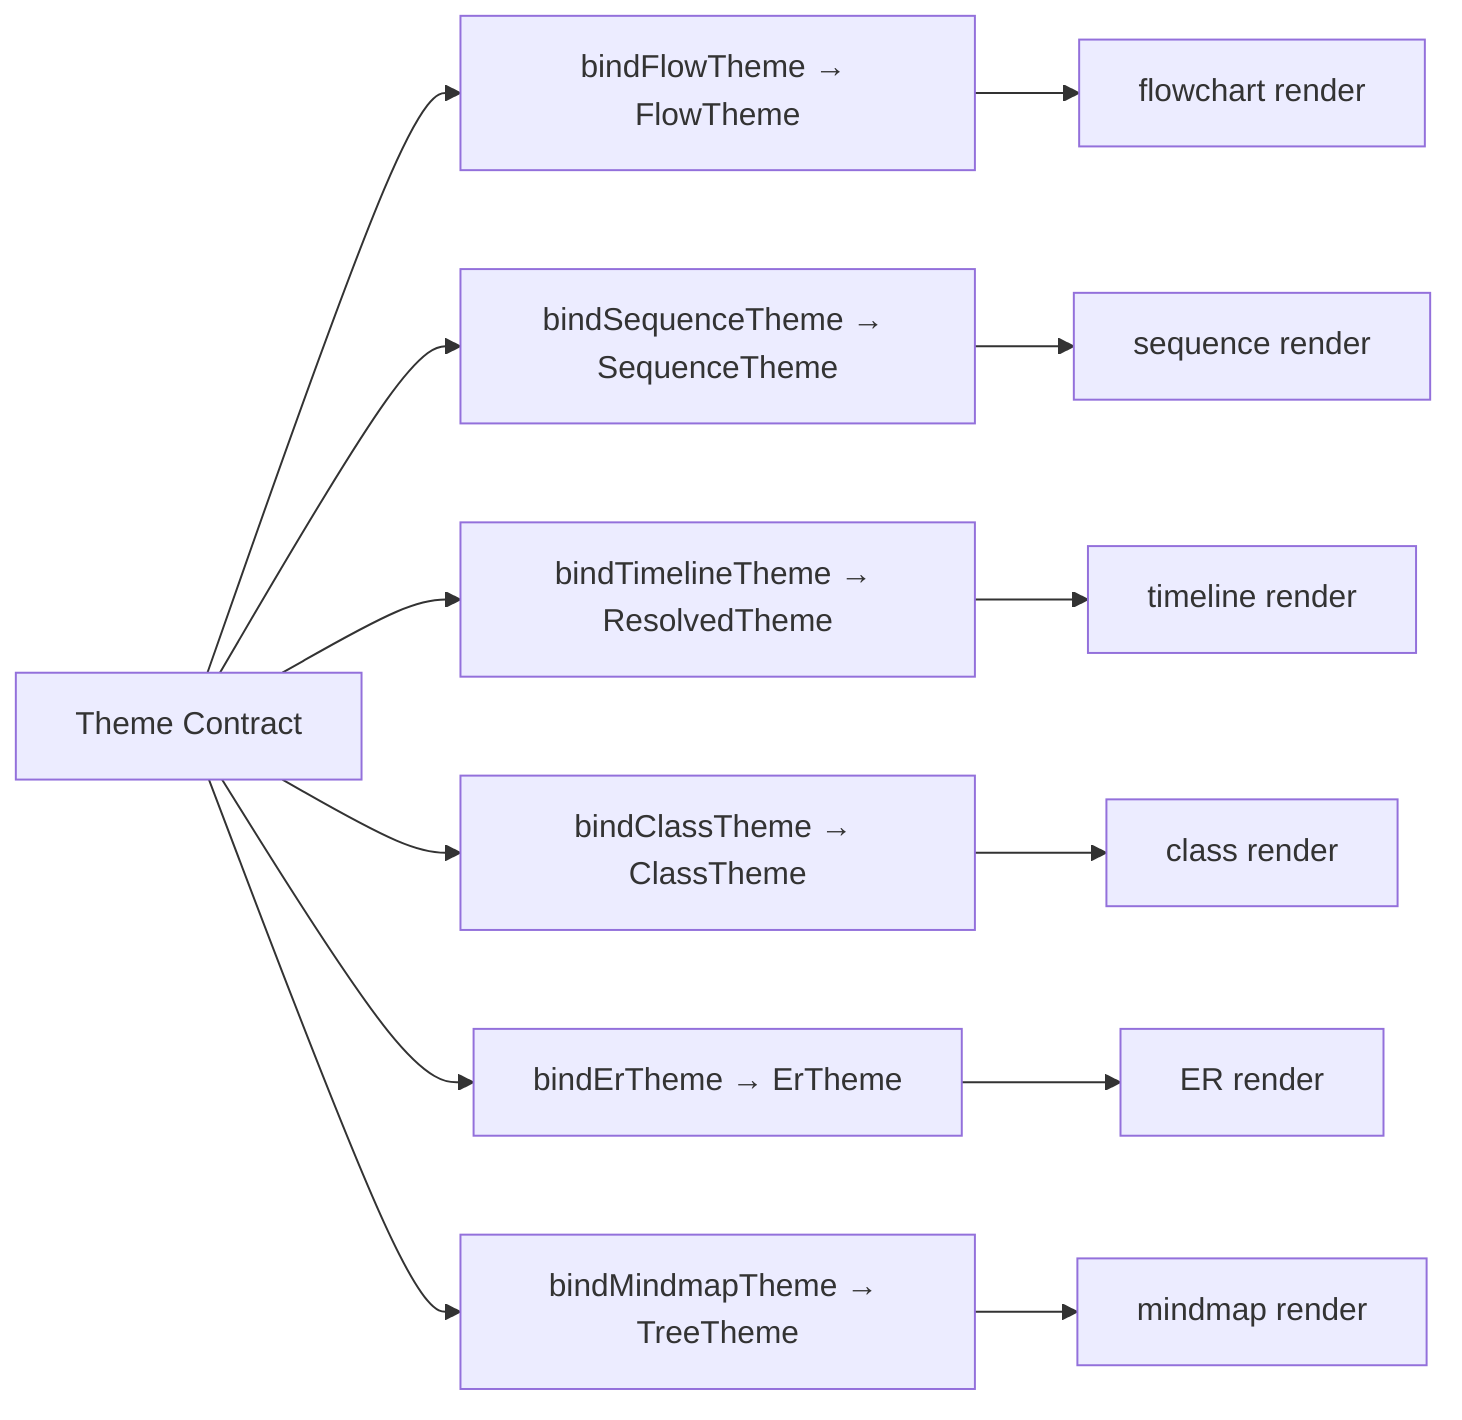
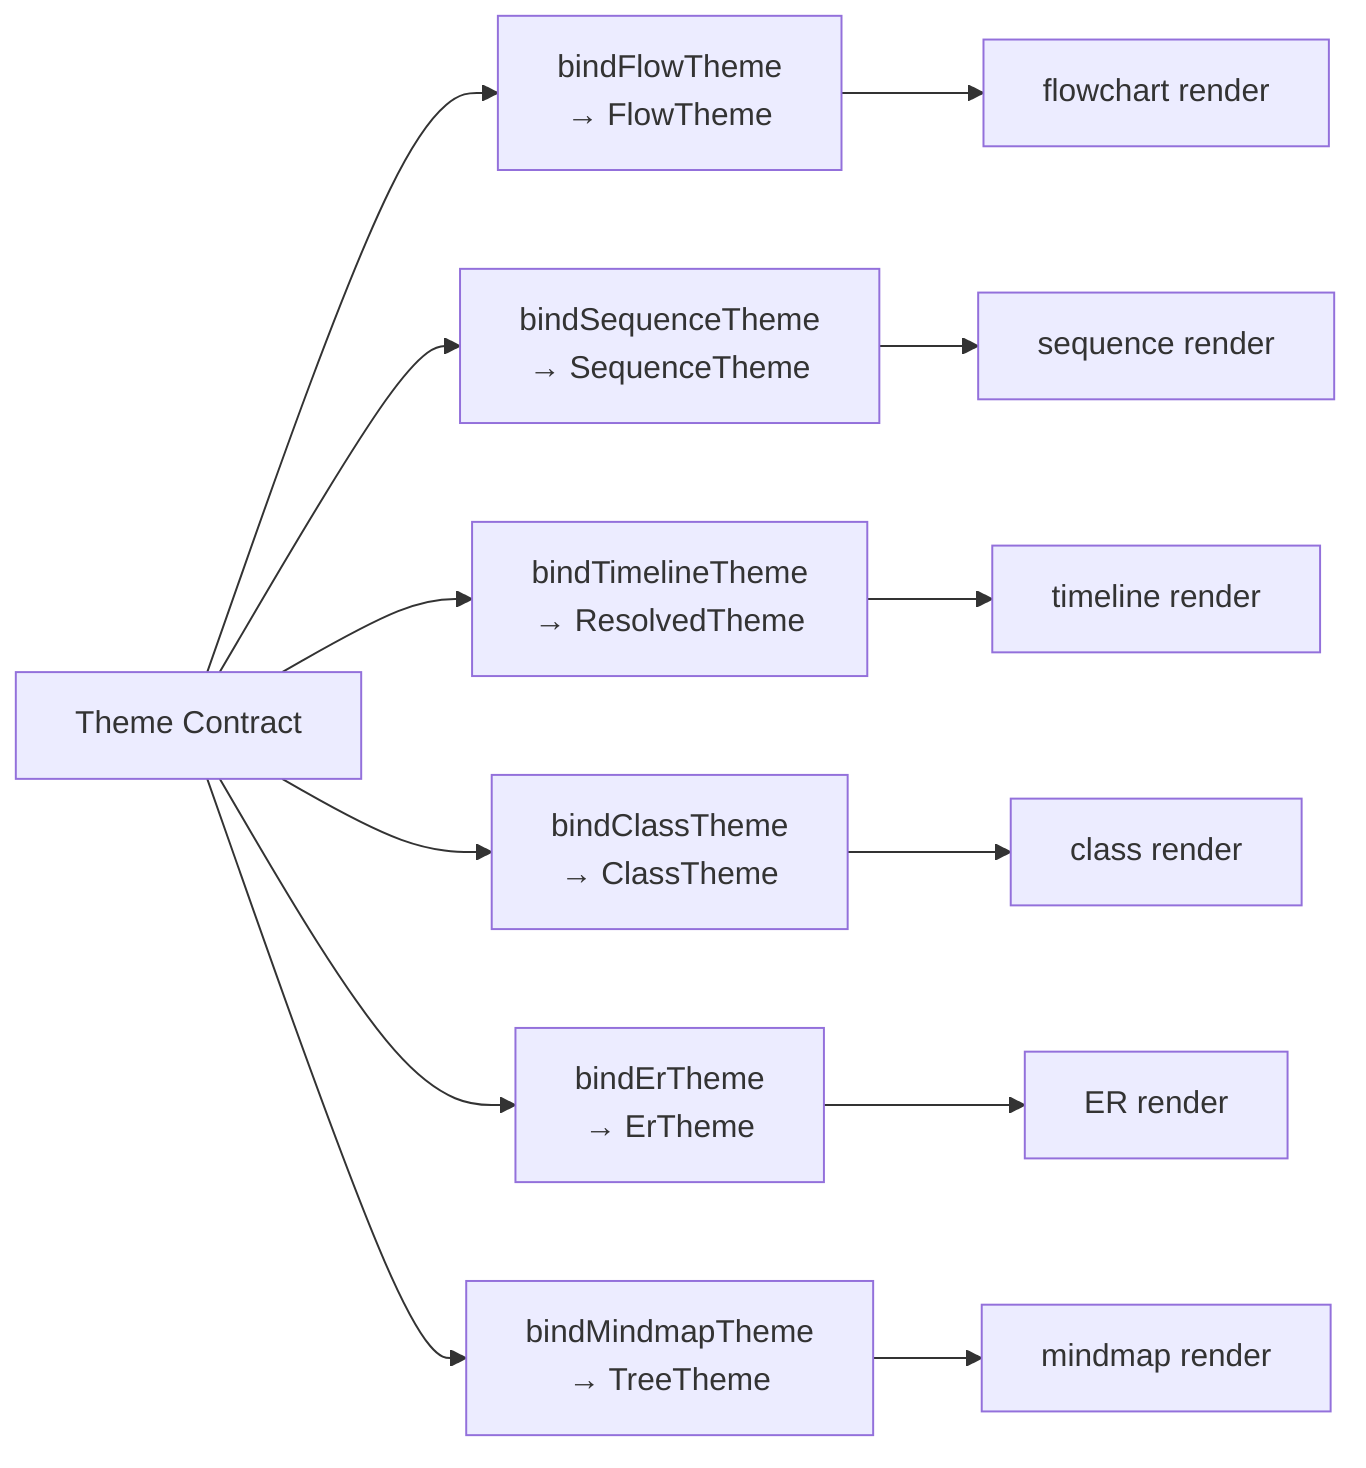
---
theme: executive
---
flowchart LR
    TC["Theme Contract"]

-     TC --> BF["bindFlowTheme → FlowTheme"]
-     TC --> BS["bindSequenceTheme → SequenceTheme"]
-     TC --> BT["bindTimelineTheme → ResolvedTheme"]
-     TC --> BC["bindClassTheme → ClassTheme"]
-     TC --> BE["bindErTheme → ErTheme"]
-     TC --> BM["bindMindmapTheme → TreeTheme"]
+     TC --> BF["bindFlowTheme<br>→ FlowTheme"]
+     TC --> BS["bindSequenceTheme<br>→ SequenceTheme"]
+     TC --> BT["bindTimelineTheme<br>→ ResolvedTheme"]
+     TC --> BC["bindClassTheme<br>→ ClassTheme"]
+     TC --> BE["bindErTheme<br>→ ErTheme"]
+     TC --> BM["bindMindmapTheme<br>→ TreeTheme"]

    BF --> R1["flowchart render"]
    BS --> R2["sequence render"]
    BT --> R3["timeline render"]
    BC --> R4["class render"]
    BE --> R5["ER render"]
    BM --> R6["mindmap render"]
